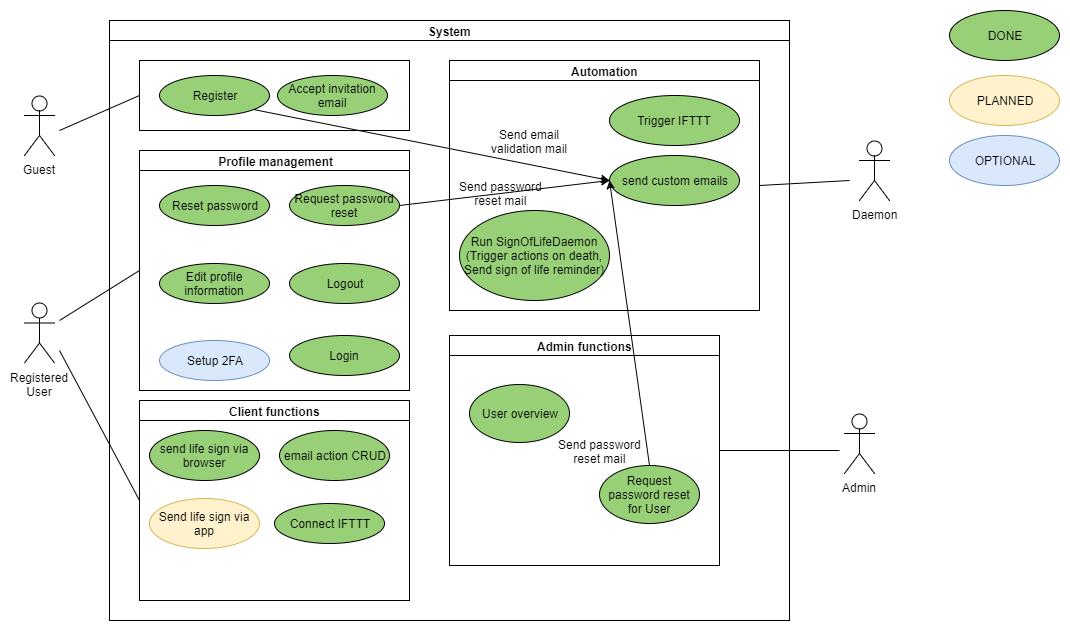
The draw.io diagram SRS/UC_Diagram_transparent.png in DigiWill-dhbw/Documentation, before a commit. Source tidied: cells renumbered, new cells last; positions are measured from the earlier drawing's top-left corner, leaving out a move shared by most shapes. Source of this version:
```xml
<mxGraphModel>
  <root>
    <mxCell id="0" />
    <mxCell id="1" parent="0" />
    <mxCell id="2" value="Registered&lt;br&gt;User&lt;br&gt;" style="shape=umlActor;verticalLabelPosition=bottom;labelBackgroundColor=none;verticalAlign=top;html=1;" parent="1" vertex="1">
      <mxGeometry y="292.5" width="30" height="60" as="geometry" />
    </mxCell>
    <mxCell id="3" value="System" style="swimlane;html=1;startSize=20;horizontal=1;containerType=tree;fillColor=none;" parent="1" vertex="1">
      <mxGeometry x="85" y="10" width="680" height="600" as="geometry" />
    </mxCell>
    <mxCell id="4" value="email action CRUD" style="ellipse;whiteSpace=wrap;html=1;fillColor=#97D077;" parent="3" vertex="1">
      <mxGeometry x="170" y="410" width="110" height="50" as="geometry" />
    </mxCell>
    <mxCell id="5" value="Logout&lt;br&gt;" style="ellipse;whiteSpace=wrap;html=1;fillColor=#97D077;" parent="3" vertex="1">
      <mxGeometry x="180" y="242.5" width="110" height="40" as="geometry" />
    </mxCell>
    <mxCell id="6" style="swimlane;html=1;startSize=0;horizontal=1;containerType=tree;" parent="3" vertex="1">
      <mxGeometry x="30" y="40" width="270" height="70" as="geometry" />
    </mxCell>
    <mxCell id="7" value="Accept invitation email&lt;br&gt;" style="ellipse;whiteSpace=wrap;html=1;fillColor=#97D077;strokeColor=#000000;" parent="6" vertex="1">
      <mxGeometry x="137.5" y="15" width="110" height="40" as="geometry" />
    </mxCell>
    <mxCell id="8" value="Register&lt;br&gt;" style="ellipse;whiteSpace=wrap;html=1;fillColor=#97D077;" parent="6" vertex="1">
      <mxGeometry x="20" y="15" width="110" height="40" as="geometry" />
    </mxCell>
    <mxCell id="9" value="Automation" style="swimlane;html=1;startSize=20;horizontal=1;containerType=tree;fillColor=none;" parent="3" vertex="1">
      <mxGeometry x="340" y="40" width="310" height="250" as="geometry" />
    </mxCell>
    <mxCell id="10" value="Trigger IFTTT" style="ellipse;whiteSpace=wrap;html=1;fillColor=#97D077;strokeColor=#000000;" parent="9" vertex="1">
      <mxGeometry x="160" y="35" width="130" height="50" as="geometry" />
    </mxCell>
    <mxCell id="11" value="Run SignOfLifeDaemon&lt;br&gt;(Trigger actions on death, Send sign of life reminder)" style="ellipse;whiteSpace=wrap;html=1;fillColor=#97D077;" parent="9" vertex="1">
      <mxGeometry x="10" y="150" width="150" height="90" as="geometry" />
    </mxCell>
    <mxCell id="12" value="Client functions" style="swimlane;html=1;startSize=20;horizontal=1;containerType=tree;fillColor=none;" parent="3" vertex="1">
      <mxGeometry x="30" y="380" width="270" height="200" as="geometry" />
    </mxCell>
    <mxCell id="13" value="Send life sign via app" style="ellipse;whiteSpace=wrap;html=1;fillColor=#fff2cc;strokeColor=#d6b656;" parent="12" vertex="1">
      <mxGeometry x="10" y="97.5" width="110" height="50" as="geometry" />
    </mxCell>
    <mxCell id="14" value="send life sign via browser" style="ellipse;whiteSpace=wrap;html=1;fillColor=#97D077;" parent="12" vertex="1">
      <mxGeometry x="10" y="30" width="110" height="50" as="geometry" />
    </mxCell>
    <mxCell id="15" value="Connect IFTTT" style="ellipse;whiteSpace=wrap;html=1;fillColor=#97D077;strokeColor=#000000;" parent="12" vertex="1">
      <mxGeometry x="135" y="102.5" width="110" height="40" as="geometry" />
    </mxCell>
    <mxCell id="16" value="&amp;nbsp;Profile management" style="swimlane;html=1;startSize=20;horizontal=1;containerType=tree;fillColor=none;" parent="3" vertex="1">
      <mxGeometry x="30" y="130" width="270" height="240" as="geometry" />
    </mxCell>
    <mxCell id="17" value="Edit profile information" style="ellipse;whiteSpace=wrap;html=1;fillColor=#97D077;strokeColor=#000000;" parent="16" vertex="1">
      <mxGeometry x="20" y="112.5" width="110" height="40" as="geometry" />
    </mxCell>
    <mxCell id="18" value="Setup 2FA" style="ellipse;whiteSpace=wrap;html=1;fillColor=#dae8fc;strokeColor=#6c8ebf;" parent="16" vertex="1">
      <mxGeometry x="20" y="190" width="110" height="40" as="geometry" />
    </mxCell>
    <mxCell id="19" value="Request password reset" style="ellipse;whiteSpace=wrap;html=1;fillColor=#97D077;strokeColor=#000000;" parent="16" vertex="1">
      <mxGeometry x="150" y="35" width="110" height="40" as="geometry" />
    </mxCell>
    <mxCell id="20" value="Admin functions" style="swimlane;html=1;startSize=20;horizontal=1;containerType=tree;fillColor=none;" parent="3" vertex="1">
      <mxGeometry x="340" y="315" width="270" height="230" as="geometry" />
    </mxCell>
    <mxCell id="21" value="User overview" style="ellipse;whiteSpace=wrap;html=1;fillColor=#97D077;strokeColor=#000000;" parent="20" vertex="1">
      <mxGeometry x="20" y="49" width="100" height="58" as="geometry" />
    </mxCell>
    <mxCell id="22" value="Request password reset for User" style="ellipse;whiteSpace=wrap;html=1;fillColor=#97D077;strokeColor=#000000;" parent="20" vertex="1">
      <mxGeometry x="150" y="129.5" width="100" height="58" as="geometry" />
    </mxCell>
    <mxCell id="23" style="endArrow=none;html=1;entryX=0;entryY=0.5;" parent="1" edge="1" target="6">
      <mxGeometry relative="1" as="geometry">
        <mxPoint x="35" y="120" as="sourcePoint" />
      </mxGeometry>
    </mxCell>
    <mxCell id="24" style="endArrow=none;html=1;entryX=0;entryY=0.5;" parent="1" edge="1" target="12">
      <mxGeometry relative="1" as="geometry">
        <mxPoint x="35" y="340" as="sourcePoint" />
      </mxGeometry>
    </mxCell>
    <mxCell id="25" value="Daemon" style="shape=umlActor;verticalLabelPosition=bottom;labelBackgroundColor=none;verticalAlign=top;html=1;" parent="1" vertex="1">
      <mxGeometry x="835" y="130" width="30" height="60" as="geometry" />
    </mxCell>
    <mxCell id="26" value="Guest&lt;br&gt;&lt;br&gt;" style="shape=umlActor;verticalLabelPosition=bottom;labelBackgroundColor=none;verticalAlign=top;html=1;" parent="1" vertex="1">
      <mxGeometry y="85" width="30" height="60" as="geometry" />
    </mxCell>
    <mxCell id="27" value="Login&lt;br&gt;" style="ellipse;whiteSpace=wrap;html=1;fillColor=#97D077;" parent="1" vertex="1">
      <mxGeometry x="265" y="325" width="110" height="40" as="geometry" />
    </mxCell>
    <mxCell id="28" style="endArrow=none;html=1;entryX=0;entryY=0.5;" parent="1" edge="1" target="16">
      <mxGeometry relative="1" as="geometry">
        <mxPoint x="35" y="310" as="sourcePoint" />
      </mxGeometry>
    </mxCell>
    <mxCell id="29" style="endArrow=none;html=1;exitX=1;exitY=0.5;" parent="1" edge="1" source="9">
      <mxGeometry relative="1" as="geometry">
        <mxPoint x="825" y="170" as="targetPoint" />
      </mxGeometry>
    </mxCell>
    <mxCell id="30" value="Admin" style="shape=umlActor;verticalLabelPosition=bottom;labelBackgroundColor=none;verticalAlign=top;html=1;" parent="1" vertex="1">
      <mxGeometry x="820" y="403" width="30" height="60" as="geometry" />
    </mxCell>
    <mxCell id="31" style="edgeStyle=orthogonalEdgeStyle;rounded=0;html=1;jettySize=auto;endArrow=none;endFill=0;" parent="1" edge="1" source="20">
      <mxGeometry relative="1" as="geometry">
        <mxPoint x="815" y="440" as="targetPoint" />
      </mxGeometry>
    </mxCell>
    <mxCell id="32" value="DONE" style="ellipse;whiteSpace=wrap;html=1;fillColor=#97D077;" parent="1" vertex="1">
      <mxGeometry x="925" width="110" height="50" as="geometry" />
    </mxCell>
    <mxCell id="33" value="PLANNED" style="ellipse;whiteSpace=wrap;html=1;fillColor=#fff2cc;strokeColor=#d6b656;" parent="1" vertex="1">
      <mxGeometry x="925" y="65" width="110" height="50" as="geometry" />
    </mxCell>
    <mxCell id="34" value="OPTIONAL" style="ellipse;whiteSpace=wrap;html=1;fillColor=#dae8fc;strokeColor=#6c8ebf;" parent="1" vertex="1">
      <mxGeometry x="925" y="125" width="110" height="50" as="geometry" />
    </mxCell>
    <mxCell id="35" value="send custom emails" style="ellipse;whiteSpace=wrap;html=1;fillColor=#97D077;strokeColor=#000000;" parent="1" vertex="1">
      <mxGeometry x="585" y="145" width="130" height="50" as="geometry" />
    </mxCell>
    <mxCell id="36" value="Reset password" style="ellipse;whiteSpace=wrap;html=1;fillColor=#97D077;strokeColor=#000000;" parent="1" vertex="1">
      <mxGeometry x="135" y="175" width="110" height="40" as="geometry" />
    </mxCell>
    <mxCell id="37" style="endArrow=classic;html=1;entryX=0;entryY=0.5;entryDx=0;entryDy=0;exitX=0.5;exitY=0;exitDx=0;exitDy=0;" parent="1" edge="1" source="22" target="35">
      <mxGeometry relative="1" as="geometry" />
    </mxCell>
    <mxCell id="38" value="&lt;span&gt;Send password&lt;br&gt;reset mail&lt;/span&gt;" style="text;html=1;align=center;verticalAlign=middle;labelBackgroundColor=none;" parent="37" vertex="1">
      <mxGeometry x="-0.21" y="1" relative="1" as="geometry">
        <mxPoint x="-33" y="98" as="offset" />
      </mxGeometry>
    </mxCell>
    <mxCell id="39" style="endArrow=classic;html=1;entryX=0;entryY=0.5;entryDx=0;entryDy=0;exitX=1;exitY=0.5;exitDx=0;exitDy=0;" parent="1" edge="1" source="19" target="35">
      <mxGeometry relative="1" as="geometry" />
    </mxCell>
    <mxCell id="40" value="Send password&lt;br&gt;reset mail" style="text;html=1;align=center;verticalAlign=middle;labelBackgroundColor=none;" parent="39" vertex="1">
      <mxGeometry x="-0.04" relative="1" as="geometry" />
    </mxCell>
    <mxCell id="41" style="endArrow=classic;html=1;entryX=0;entryY=0.5;entryDx=0;entryDy=0;exitX=1;exitY=1;exitDx=0;exitDy=0;" parent="1" edge="1" source="8" target="35">
      <mxGeometry relative="1" as="geometry" />
    </mxCell>
    <mxCell id="42" value="Send email&lt;br&gt;validation mail" style="text;html=1;align=center;verticalAlign=middle;labelBackgroundColor=none;" parent="41" vertex="1">
      <mxGeometry x="0.09" y="1" relative="1" as="geometry">
        <mxPoint x="81.5" y="-6.5" as="offset" />
      </mxGeometry>
    </mxCell>
  </root>
</mxGraphModel>
```
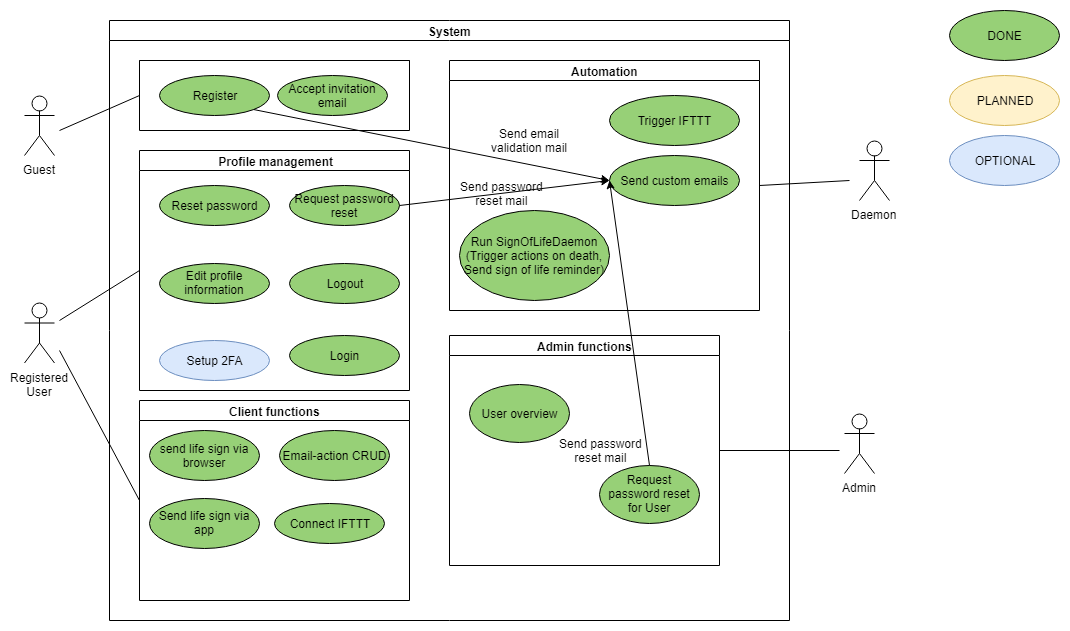
The same file after the commit.

Change to the diagram source:
```diff
@@ -8,7 +8,7 @@
     <mxCell id="3" value="System" style="swimlane;html=1;startSize=20;horizontal=1;containerType=tree;fillColor=none;" parent="1" vertex="1">
       <mxGeometry x="85" y="10" width="680" height="600" as="geometry" />
     </mxCell>
-    <mxCell id="4" value="email action CRUD" style="ellipse;whiteSpace=wrap;html=1;fillColor=#97D077;" parent="3" vertex="1">
+    <mxCell id="4" value="Email-action CRUD" style="ellipse;whiteSpace=wrap;html=1;fillColor=#97D077;" parent="3" vertex="1">
       <mxGeometry x="170" y="410" width="110" height="50" as="geometry" />
     </mxCell>
     <mxCell id="5" value="Logout&lt;br&gt;" style="ellipse;whiteSpace=wrap;html=1;fillColor=#97D077;" parent="3" vertex="1">
@@ -35,7 +35,7 @@
     <mxCell id="12" value="Client functions" style="swimlane;html=1;startSize=20;horizontal=1;containerType=tree;fillColor=none;" parent="3" vertex="1">
       <mxGeometry x="30" y="380" width="270" height="200" as="geometry" />
     </mxCell>
-    <mxCell id="13" value="Send life sign via app" style="ellipse;whiteSpace=wrap;html=1;fillColor=#fff2cc;strokeColor=#d6b656;" parent="12" vertex="1">
+    <mxCell id="13" value="Send life sign via app" style="ellipse;whiteSpace=wrap;html=1;fillColor=#97D077;strokeColor=#000000;" parent="12" vertex="1">
       <mxGeometry x="10" y="97.5" width="110" height="50" as="geometry" />
     </mxCell>
     <mxCell id="14" value="send life sign via browser" style="ellipse;whiteSpace=wrap;html=1;fillColor=#97D077;" parent="12" vertex="1">
@@ -111,7 +111,7 @@
     <mxCell id="34" value="OPTIONAL" style="ellipse;whiteSpace=wrap;html=1;fillColor=#dae8fc;strokeColor=#6c8ebf;" parent="1" vertex="1">
       <mxGeometry x="925" y="125" width="110" height="50" as="geometry" />
     </mxCell>
-    <mxCell id="35" value="send custom emails" style="ellipse;whiteSpace=wrap;html=1;fillColor=#97D077;strokeColor=#000000;" parent="1" vertex="1">
+    <mxCell id="35" value="Send custom emails" style="ellipse;whiteSpace=wrap;html=1;fillColor=#97D077;strokeColor=#000000;" parent="1" vertex="1">
       <mxGeometry x="585" y="145" width="130" height="50" as="geometry" />
     </mxCell>
     <mxCell id="36" value="Reset password" style="ellipse;whiteSpace=wrap;html=1;fillColor=#97D077;strokeColor=#000000;" parent="1" vertex="1">
```
